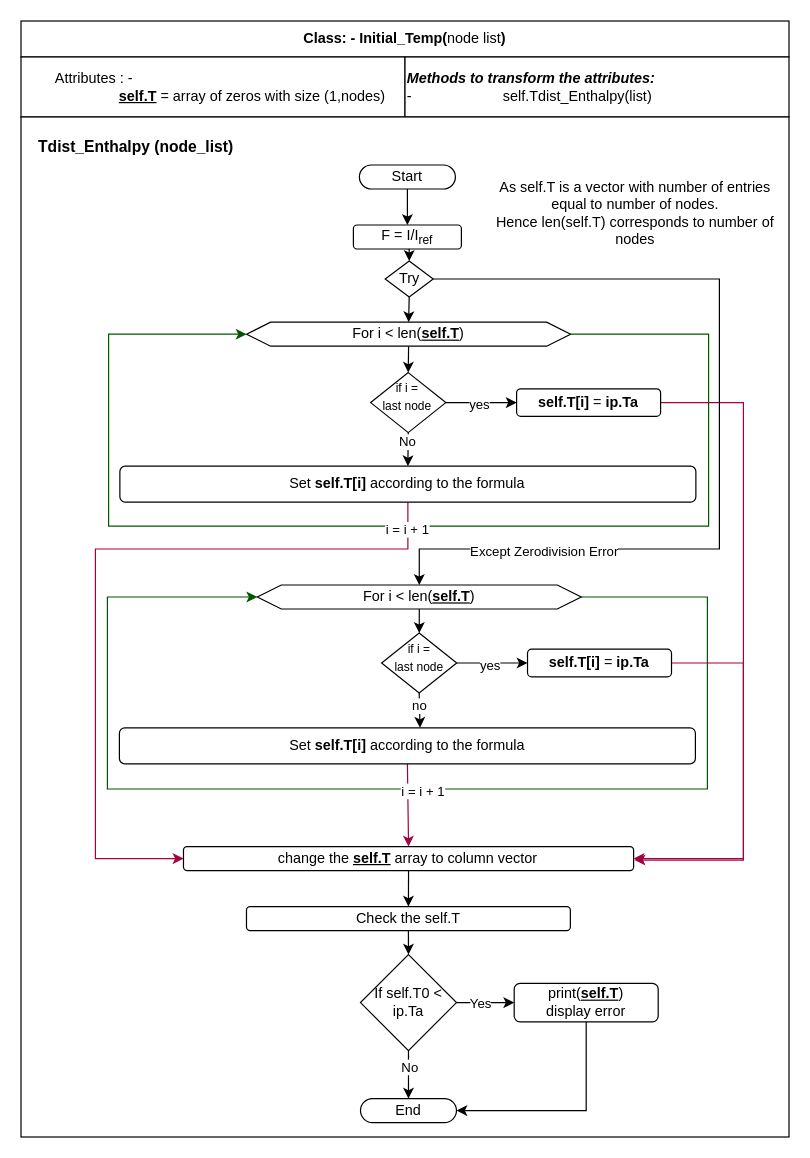
Earlier version of the draw.io diagram .drawio (okolekar/PPP). Source tidied: cells renumbered, new cells numbered last; positions are measured from the earlier drawing's top-left corner, leaving out a move shared by most shapes. Both pictures are drawn from the tidied source at 120%, with x=0, y=0 at pixel (20, 20).
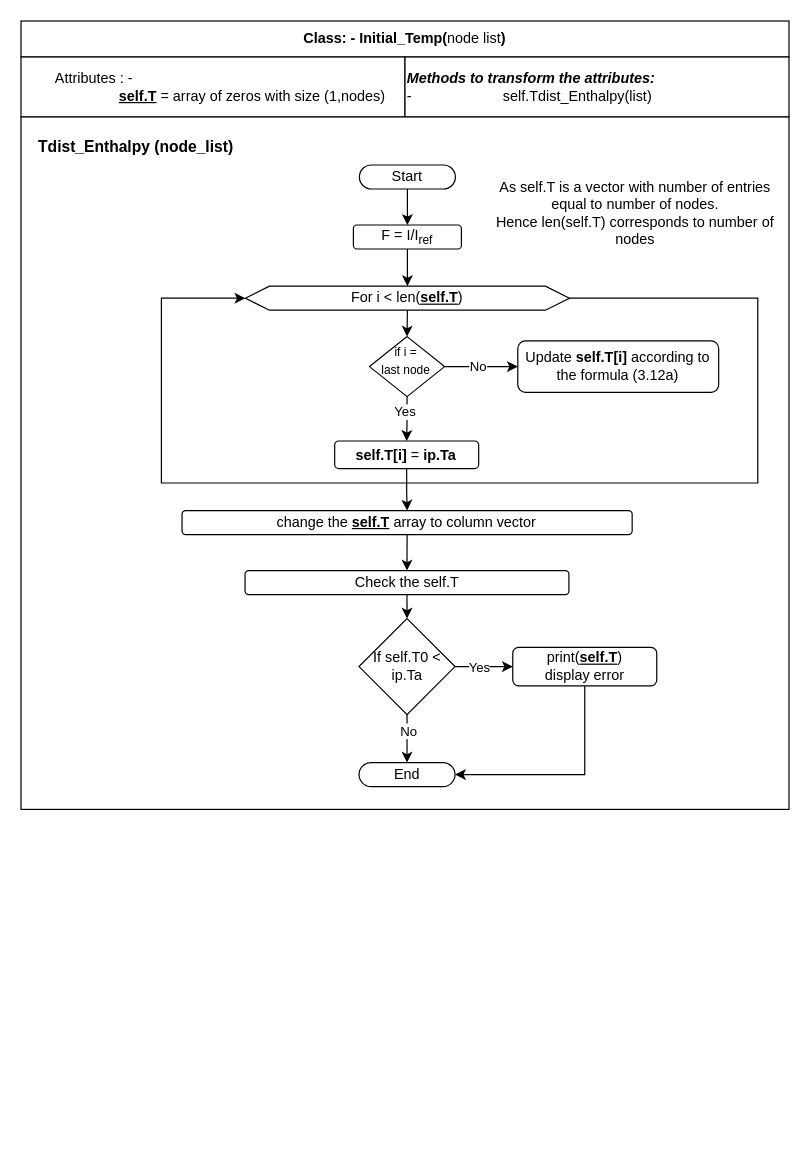
The same page after the edit.

The change refers to these unchanged cells:
```xml
<mxCell id="10" value="F = I/I&lt;sub&gt;ref&lt;/sub&gt;" style="rounded=1;whiteSpace=wrap;html=1;" parent="1" vertex="1">
  <mxGeometry x="277" y="170" width="90" height="20" as="geometry" />
</mxCell>
```

The edit, as a diff of the source:
```diff
@@
     <mxCell id="5" style="rounded=0;whiteSpace=wrap;html=1;" parent="1" vertex="1">
-      <mxGeometry y="80" width="640" height="850" as="geometry" />
+      <mxGeometry y="80" width="640" height="577" as="geometry" />
     </mxCell>
@@
     <mxCell id="8" value="End" style="rounded=1;whiteSpace=wrap;html=1;arcSize=50;" parent="1" vertex="1">
-      <mxGeometry x="282.9" y="898" width="80" height="20" as="geometry" />
+      <mxGeometry x="281.7" y="618" width="80" height="20" as="geometry" />
     </mxCell>
-    <mxCell id="9" style="edgeStyle=orthogonalEdgeStyle;rounded=0;jettySize=auto;html=1;exitX=0.5;exitY=1;exitDx=0;exitDy=0;entryX=0.5;entryY=0;entryDx=0;entryDy=0;" parent="1" edge="1" source="10" target="52">
-      <mxGeometry relative="1" as="geometry" />
-    </mxCell>
+    <mxCell id="56" style="edgeStyle=orthogonalEdgeStyle;rounded=0;jettySize=auto;html=1;exitX=0.5;exitY=1;exitDx=0;exitDy=0;" parent="1" edge="1" source="10" target="12">
+      <mxGeometry relative="1" as="geometry" />
+    </mxCell>
@@
     <mxCell id="12" value="For i &amp;lt; len(&lt;u style=&quot;font-weight: bold;&quot;&gt;self.T&lt;/u&gt;)" style="shape=hexagon;perimeter=hexagonPerimeter2;whiteSpace=wrap;html=1;fixedSize=1;" parent="1" vertex="1">
-      <mxGeometry x="188" y="251" width="270" height="20" as="geometry" />
+      <mxGeometry x="187" y="221" width="270" height="20" as="geometry" />
     </mxCell>
@@
-    <mxCell id="14" style="edgeStyle=orthogonalEdgeStyle;rounded=0;jettySize=auto;html=1;exitX=0.5;exitY=1;exitDx=0;exitDy=0;entryX=0;entryY=0.5;entryDx=0;entryDy=0;fillColor=#d80073;strokeColor=#A50040;" parent="1" edge="1" source="15" target="41">
-      <mxGeometry relative="1" as="geometry">
-        <Array as="points">
-          <mxPoint x="322" y="440" />
-          <mxPoint x="62" y="440" />
-          <mxPoint x="62" y="698" />
-        </Array>
-      </mxGeometry>
-    </mxCell>
-    <mxCell id="15" value="Set&lt;b&gt; self.T[i] &lt;/b&gt;according to the formula" style="rounded=1;whiteSpace=wrap;html=1;" parent="1" vertex="1">
-      <mxGeometry x="82.4" y="371" width="480" height="30" as="geometry" />
+    <mxCell id="15" value="Update&lt;b&gt;&amp;nbsp;self.T[i] &lt;/b&gt;according to the formula (3.12a)" style="rounded=1;whiteSpace=wrap;html=1;" parent="1" vertex="1">
+      <mxGeometry x="414" y="266.5" width="167.4" height="43" as="geometry" />
     </mxCell>
-    <mxCell id="16" style="edgeStyle=orthogonalEdgeStyle;rounded=0;jettySize=auto;html=1;exitX=0.5;exitY=1;exitDx=0;exitDy=0;entryX=0.5;entryY=0;entryDx=0;entryDy=0;fillColor=#d80073;strokeColor=#A50040;" parent="1" edge="1" target="41">
-      <mxGeometry relative="1" as="geometry">
-        <mxPoint x="322" y="619" as="sourcePoint" />
-      </mxGeometry>
-    </mxCell>
-    <mxCell id="17" value="Set&lt;b style=&quot;border-color: var(--border-color);&quot;&gt;&amp;nbsp;self.T[i]&amp;nbsp;&lt;/b&gt;according to the formula" style="rounded=1;whiteSpace=wrap;html=1;" parent="1" vertex="1">
-      <mxGeometry x="82" y="589" width="480" height="30" as="geometry" />
-    </mxCell>
-    <mxCell id="18" style="edgeStyle=orthogonalEdgeStyle;rounded=0;orthogonalLoop=1;jettySize=auto;html=1;exitX=1;exitY=0.5;exitDx=0;exitDy=0;entryX=0;entryY=0.5;entryDx=0;entryDy=0;fillColor=#008a00;strokeColor=#005700;" parent="1" edge="1" source="12" target="12">
-      <mxGeometry relative="1" as="geometry">
-        <Array as="points">
-          <mxPoint x="573" y="261" />
-          <mxPoint x="573" y="421" />
-          <mxPoint x="73" y="421" />
-          <mxPoint x="73" y="261" />
-        </Array>
-      </mxGeometry>
-    </mxCell>
-    <mxCell id="19" value="i = i + 1" style="edgeLabel;html=1;align=center;verticalAlign=middle;" parent="18" vertex="1">
-      <mxGeometry x="0.04" y="2" relative="1" as="geometry">
-        <mxPoint x="19" as="offset" />
-      </mxGeometry>
-    </mxCell>
-    <mxCell id="20" style="edgeStyle=orthogonalEdgeStyle;rounded=0;orthogonalLoop=1;jettySize=auto;html=1;exitX=1;exitY=0.5;exitDx=0;exitDy=0;entryX=0;entryY=0.5;entryDx=0;entryDy=0;fillColor=#008a00;strokeColor=#005700;" parent="1" edge="1" source="23" target="23">
-      <mxGeometry relative="1" as="geometry">
-        <Array as="points">
-          <mxPoint x="572" y="480" />
-          <mxPoint x="572" y="640" />
-          <mxPoint x="72" y="640" />
-          <mxPoint x="72" y="480" />
-        </Array>
-      </mxGeometry>
-    </mxCell>
-    <mxCell id="21" value="i = i + 1" style="edgeLabel;html=1;align=center;verticalAlign=middle;" parent="20" vertex="1">
-      <mxGeometry y="1" relative="1" as="geometry">
-        <mxPoint x="22" as="offset" />
-      </mxGeometry>
-    </mxCell>
-    <mxCell id="22" style="edgeStyle=orthogonalEdgeStyle;rounded=0;jettySize=auto;html=1;exitX=0.5;exitY=1;exitDx=0;exitDy=0;" parent="1" edge="1" source="23" target="36">
-      <mxGeometry relative="1" as="geometry" />
-    </mxCell>
-    <mxCell id="23" value="For i &amp;lt; len(&lt;u style=&quot;font-weight: bold;&quot;&gt;self.T&lt;/u&gt;)" style="shape=hexagon;perimeter=hexagonPerimeter2;whiteSpace=wrap;html=1;fixedSize=1;" parent="1" vertex="1">
-      <mxGeometry x="196.9" y="470" width="270" height="20" as="geometry" />
-    </mxCell>
-    <mxCell id="24" style="edgeStyle=orthogonalEdgeStyle;rounded=0;jettySize=auto;html=1;exitX=0.5;exitY=1;exitDx=0;exitDy=0;entryX=0.5;entryY=0;entryDx=0;entryDy=0;" parent="1" edge="1" source="28" target="15">
+    <mxCell id="24" style="edgeStyle=orthogonalEdgeStyle;rounded=0;jettySize=auto;html=1;entryX=0;entryY=0.5;entryDx=0;entryDy=0;" parent="1" edge="1" source="28" target="15">
       <mxGeometry relative="1" as="geometry" />
     </mxCell>
     <mxCell id="25" value="No" style="edgeLabel;html=1;align=center;verticalAlign=middle;" parent="24" vertex="1">
-      <mxGeometry x="-0.44" y="-1" relative="1" as="geometry" />
+      <mxGeometry x="-0.11" y="1" relative="1" as="geometry" />
     </mxCell>
-    <mxCell id="26" style="edgeStyle=orthogonalEdgeStyle;rounded=0;jettySize=auto;html=1;" parent="1" edge="1" source="28">
-      <mxGeometry relative="1" as="geometry">
-        <mxPoint x="413" y="318" as="targetPoint" />
-      </mxGeometry>
-    </mxCell>
-    <mxCell id="27" value="yes" style="edgeLabel;html=1;align=center;verticalAlign=middle;" parent="26" vertex="1">
-      <mxGeometry x="-0.08" y="-1" relative="1" as="geometry" />
-    </mxCell>
+    <mxCell id="57" style="edgeStyle=orthogonalEdgeStyle;rounded=0;jettySize=auto;html=1;entryX=0.5;entryY=0;entryDx=0;entryDy=0;" parent="1" edge="1" source="28" target="31">
+      <mxGeometry relative="1" as="geometry" />
+    </mxCell>
+    <mxCell id="58" value="Yes" style="edgeLabel;html=1;align=center;verticalAlign=middle;" parent="57" vertex="1">
+      <mxGeometry x="-0.36" y="-2" relative="1" as="geometry" />
+    </mxCell>
     <mxCell id="28" style="rhombus;whiteSpace=wrap;html=1;" parent="1" vertex="1">
-      <mxGeometry x="291.4" y="293" width="62.6" height="50" as="geometry" />
+      <mxGeometry x="290.4" y="263" width="62.6" height="50" as="geometry" />
     </mxCell>
     <mxCell id="29" value="&lt;font style=&quot;font-size: 10px;&quot;&gt;if i = &lt;br&gt;last node&lt;/font&gt;" style="text;html=1;strokeColor=none;fillColor=none;align=center;verticalAlign=middle;whiteSpace=wrap;rounded=0;" parent="1" vertex="1">
-      <mxGeometry x="292.4" y="298" width="60" height="30" as="geometry" />
+      <mxGeometry x="291.4" y="268" width="60" height="30" as="geometry" />
     </mxCell>
-    <mxCell id="30" style="edgeStyle=orthogonalEdgeStyle;rounded=0;jettySize=auto;html=1;exitX=1;exitY=0.5;exitDx=0;exitDy=0;fillColor=#d80073;strokeColor=#A50040;entryX=1.002;entryY=0.561;entryDx=0;entryDy=0;entryPerimeter=0;" parent="1" edge="1" source="31" target="41">
-      <mxGeometry relative="1" as="geometry">
-        <Array as="points">
-          <mxPoint x="602" y="318" />
-          <mxPoint x="602" y="699" />
-        </Array>
-      </mxGeometry>
+    <mxCell id="30" style="edgeStyle=orthogonalEdgeStyle;rounded=0;jettySize=auto;html=1;exitX=0.5;exitY=1;exitDx=0;exitDy=0;" parent="1" edge="1" source="31" target="41">
+      <mxGeometry relative="1" as="geometry" />
     </mxCell>
     <mxCell id="31" value="&lt;b&gt;self.T[i]&lt;/b&gt; = &lt;b&gt;ip.Ta&lt;/b&gt;" style="rounded=1;whiteSpace=wrap;html=1;" parent="1" vertex="1">
-      <mxGeometry x="413" y="306.5" width="120" height="23" as="geometry" />
+      <mxGeometry x="261.4" y="350" width="120" height="23" as="geometry" />
     </mxCell>
-    <mxCell id="32" style="edgeStyle=orthogonalEdgeStyle;rounded=0;jettySize=auto;html=1;" parent="1" edge="1" source="36">
-      <mxGeometry relative="1" as="geometry">
-        <mxPoint x="422.1" y="535" as="targetPoint" />
-      </mxGeometry>
-    </mxCell>
-    <mxCell id="33" value="yes" style="edgeLabel;html=1;align=center;verticalAlign=middle;" parent="32" vertex="1">
-      <mxGeometry x="-0.08" y="-1" relative="1" as="geometry" />
-    </mxCell>
-    <mxCell id="34" style="edgeStyle=orthogonalEdgeStyle;rounded=0;jettySize=auto;html=1;exitX=0.5;exitY=1;exitDx=0;exitDy=0;entryX=0.522;entryY=0;entryDx=0;entryDy=0;entryPerimeter=0;" parent="1" edge="1" source="36" target="17">
-      <mxGeometry relative="1" as="geometry" />
-    </mxCell>
-    <mxCell id="35" value="no" style="edgeLabel;html=1;align=center;verticalAlign=middle;" parent="34" vertex="1">
-      <mxGeometry x="-0.29" y="-1" relative="1" as="geometry" />
-    </mxCell>
-    <mxCell id="36" style="rhombus;whiteSpace=wrap;html=1;" parent="1" vertex="1">
-      <mxGeometry x="300.5" y="510" width="62.6" height="50" as="geometry" />
-    </mxCell>
-    <mxCell id="37" value="&lt;font style=&quot;font-size: 10px;&quot;&gt;if i = &lt;br&gt;last node&lt;/font&gt;" style="text;html=1;strokeColor=none;fillColor=none;align=center;verticalAlign=middle;whiteSpace=wrap;rounded=0;" parent="1" vertex="1">
-      <mxGeometry x="301.5" y="515" width="60" height="30" as="geometry" />
-    </mxCell>
-    <mxCell id="38" style="edgeStyle=orthogonalEdgeStyle;rounded=0;jettySize=auto;html=1;exitX=1;exitY=0.5;exitDx=0;exitDy=0;entryX=1;entryY=0.5;entryDx=0;entryDy=0;fillColor=#d80073;strokeColor=#A50040;" parent="1" edge="1" source="39" target="41">
-      <mxGeometry relative="1" as="geometry">
-        <Array as="points">
-          <mxPoint x="602" y="535" />
-          <mxPoint x="602" y="698" />
-        </Array>
-      </mxGeometry>
-    </mxCell>
-    <mxCell id="39" value="&lt;b&gt;self.T[i]&lt;/b&gt; = &lt;b&gt;ip.Ta&lt;/b&gt;" style="rounded=1;whiteSpace=wrap;html=1;" parent="1" vertex="1">
-      <mxGeometry x="422.1" y="523.5" width="120" height="23" as="geometry" />
-    </mxCell>
@@
     <mxCell id="41" value="change the &lt;b&gt;&lt;u&gt;self.T&lt;/u&gt;&lt;/b&gt; array to column vector" style="rounded=1;whiteSpace=wrap;html=1;" parent="1" vertex="1">
-      <mxGeometry x="135.4" y="688" width="375.1" height="20" as="geometry" />
+      <mxGeometry x="134.2" y="408" width="375.1" height="20" as="geometry" />
     </mxCell>
@@
     <mxCell id="43" value="Check the self.T" style="rounded=1;whiteSpace=wrap;html=1;" parent="1" vertex="1">
-      <mxGeometry x="187.9" y="738" width="269.9" height="20" as="geometry" />
+      <mxGeometry x="186.7" y="458" width="269.9" height="20" as="geometry" />
     </mxCell>
@@
     <mxCell id="48" value="If self.T0 &amp;lt; ip.Ta" style="rhombus;whiteSpace=wrap;html=1;" parent="1" vertex="1">
-      <mxGeometry x="282.9" y="778" width="80" height="80" as="geometry" />
+      <mxGeometry x="281.7" y="498" width="80" height="80" as="geometry" />
     </mxCell>
-    <mxCell id="49" style="edgeStyle=orthogonalEdgeStyle;rounded=0;jettySize=auto;html=1;exitX=0.5;exitY=1;exitDx=0;exitDy=0;entryX=0.5;entryY=0;entryDx=0;entryDy=0;" parent="1" edge="1" source="52" target="12">
-      <mxGeometry relative="1" as="geometry" />
-    </mxCell>
-    <mxCell id="50" style="edgeStyle=orthogonalEdgeStyle;rounded=0;jettySize=auto;html=1;exitX=1;exitY=0.5;exitDx=0;exitDy=0;entryX=0.5;entryY=0;entryDx=0;entryDy=0;" parent="1" edge="1" source="52" target="23">
-      <mxGeometry relative="1" as="geometry">
-        <Array as="points">
-          <mxPoint x="582" y="215" />
-          <mxPoint x="582" y="440" />
-          <mxPoint x="332" y="440" />
-        </Array>
-      </mxGeometry>
-    </mxCell>
-    <mxCell id="51" value="Except Zerodivision Error" style="edgeLabel;html=1;align=center;verticalAlign=middle;" parent="50" vertex="1">
-      <mxGeometry x="0.64" y="1" relative="1" as="geometry" />
-    </mxCell>
-    <mxCell id="52" value="Try" style="rhombus;whiteSpace=wrap;html=1;" parent="1" vertex="1">
-      <mxGeometry x="303.5" y="200" width="40" height="30" as="geometry" />
-    </mxCell>
@@
     <mxCell id="54" value="print(&lt;b&gt;&lt;u&gt;self.T&lt;/u&gt;&lt;/b&gt;)&lt;br&gt;display error" style="rounded=1;whiteSpace=wrap;html=1;" parent="1" vertex="1">
-      <mxGeometry x="411" y="802" width="120" height="32" as="geometry" />
+      <mxGeometry x="409.8" y="522" width="120" height="32" as="geometry" />
     </mxCell>
@@
+    <mxCell id="18" style="edgeStyle=orthogonalEdgeStyle;rounded=0;orthogonalLoop=1;jettySize=auto;html=1;exitX=1;exitY=0.5;exitDx=0;exitDy=0;entryX=0;entryY=0.5;entryDx=0;entryDy=0;" parent="1" edge="1" source="12" target="12">
+      <mxGeometry relative="1" as="geometry">
+        <Array as="points">
+          <mxPoint x="614" y="231" />
+          <mxPoint x="614" y="385" />
+          <mxPoint x="117" y="385" />
+          <mxPoint x="117" y="231" />
+        </Array>
+      </mxGeometry>
+    </mxCell>
```
